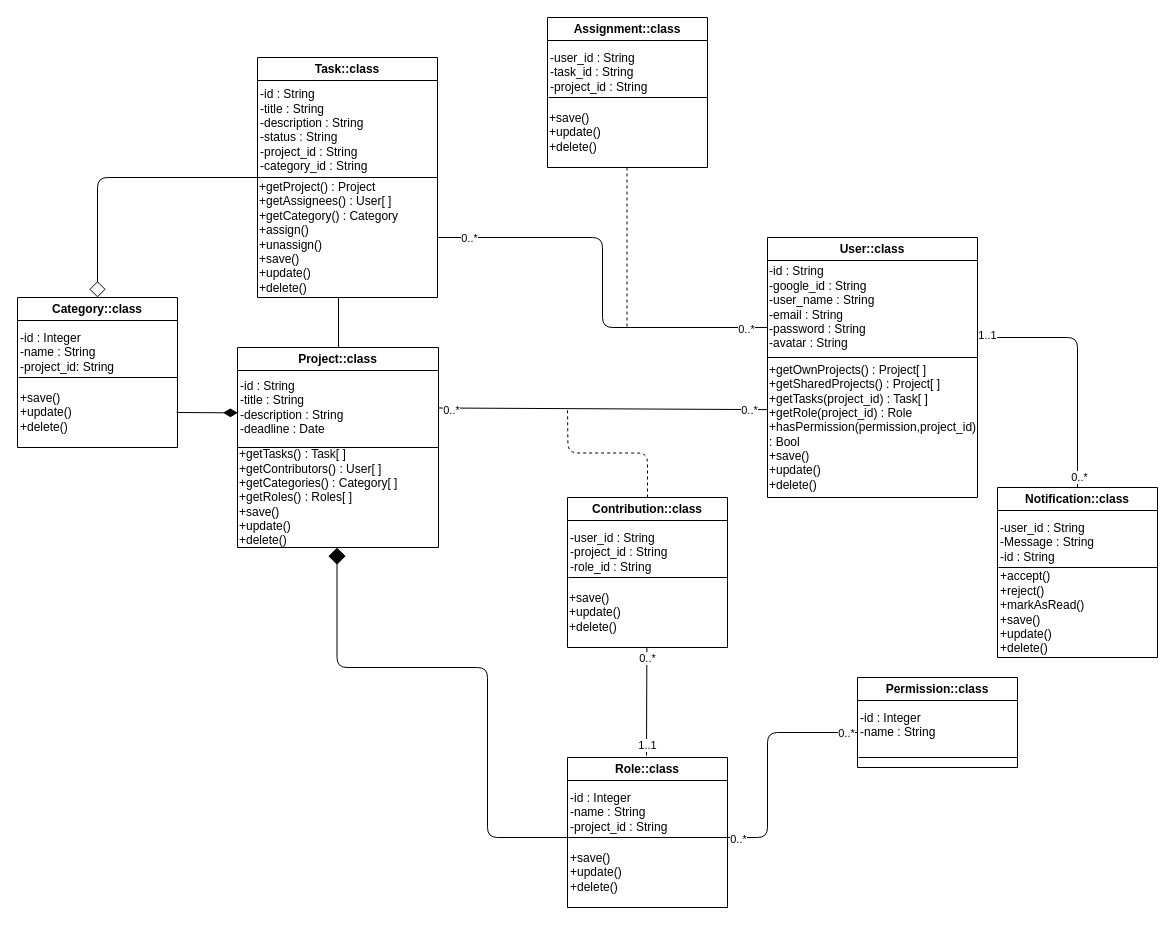
This is diagrams/classes.drawio from Abderrahman-Ahouari/projet-de-stage, a draw.io file, before an edit. Source tidied: cells renumbered, new cells numbered last; positions are measured from the earlier drawing's top-left corner, leaving out a move shared by most shapes. Both pictures are drawn from the tidied source at 100%, with x=0, y=0 at pixel (17, 17).
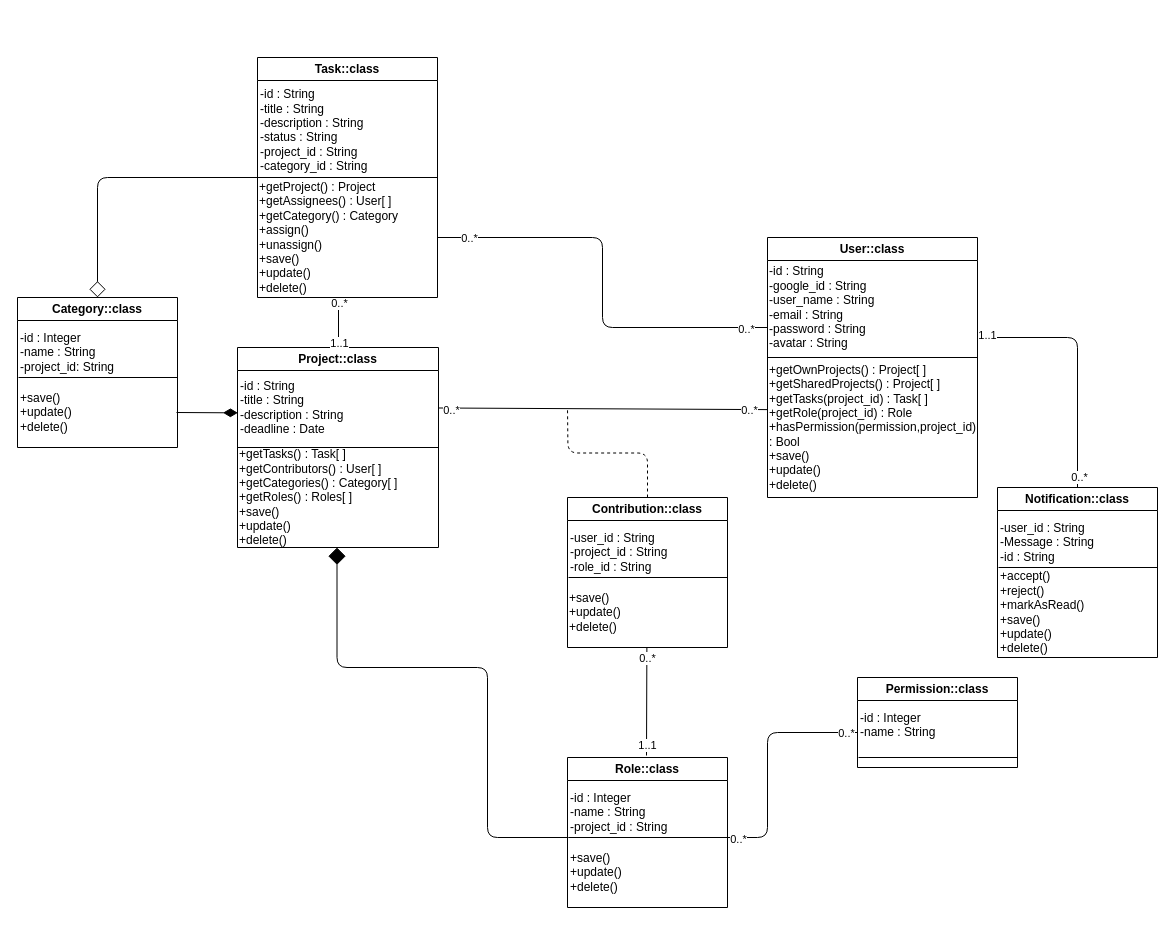
Above is the later version.

Unchanged cells that the change refers to:
```xml
<mxCell id="3" style="edgeStyle=none;html=1;endArrow=none;endFill=0;" parent="2" edge="1">
  <mxGeometry relative="1" as="geometry">
    <mxPoint x="101" as="sourcePoint" />
    <mxPoint x="101" y="-50" as="targetPoint" />
  </mxGeometry>
</mxCell>
```

Change to the diagram source:
```diff
@@
+    <mxCell id="58" value="0..*" style="edgeLabel;html=1;align=center;verticalAlign=middle;" parent="3" vertex="1">
+      <mxGeometry x="0.8" relative="1" as="geometry" />
+    </mxCell>
+    <mxCell id="59" value="1..1" style="edgeLabel;html=1;align=center;verticalAlign=middle;" parent="3" vertex="1">
+      <mxGeometry x="-0.8" relative="1" as="geometry" />
+    </mxCell>
@@
-    <mxCell id="39" value="Assignment::class" style="swimlane;whiteSpace=wrap;html=1;" parent="1" vertex="1">
-      <mxGeometry x="530" width="160" height="150" as="geometry" />
-    </mxCell>
-    <mxCell id="40" value="&lt;div&gt;-user_id : String&lt;/div&gt;&lt;div&gt;-task_id : String&lt;/div&gt;&lt;div&gt;-project_id : String&lt;/div&gt;" style="text;html=1;align=left;verticalAlign=middle;whiteSpace=wrap;rounded=0;" parent="39" vertex="1">
-      <mxGeometry x="1" y="20" width="159" height="70" as="geometry" />
-    </mxCell>
-    <mxCell id="41" style="endArrow=none;html=1;exitX=0;exitY=0.5;exitDx=0;exitDy=0;" parent="39" edge="1">
-      <mxGeometry relative="1" as="geometry">
-        <mxPoint x="1" y="80" as="sourcePoint" />
-        <mxPoint x="160" y="80" as="targetPoint" />
-      </mxGeometry>
-    </mxCell>
-    <mxCell id="42" style="edgeStyle=none;html=1;dashed=1;endArrow=none;endFill=0;" parent="39" edge="1" source="43">
-      <mxGeometry relative="1" as="geometry">
-        <mxPoint x="79.5" y="310" as="targetPoint" />
-      </mxGeometry>
-    </mxCell>
-    <mxCell id="43" value="&lt;div&gt;+save()&lt;/div&gt;&lt;div&gt;&lt;span style=&quot;background-color: transparent;&quot;&gt;+update(&lt;/span&gt;&lt;span style=&quot;background-color: transparent;&quot;&gt;)&lt;/span&gt;&lt;/div&gt;&lt;div&gt;+delete()&lt;/div&gt;" style="text;html=1;align=left;verticalAlign=middle;whiteSpace=wrap;rounded=0;" parent="39" vertex="1">
-      <mxGeometry y="80" width="159" height="70" as="geometry" />
-    </mxCell>
```
